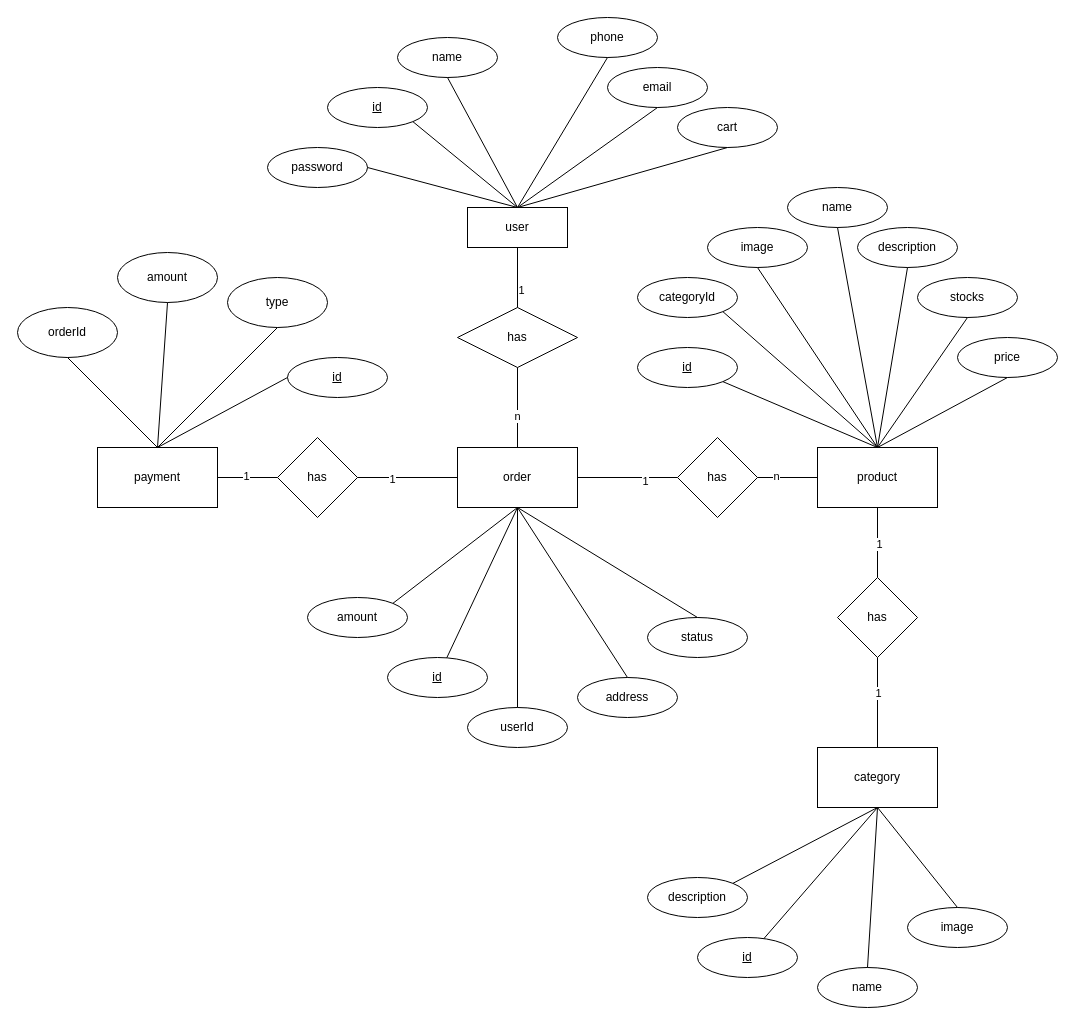
Before: Untitled Diagram.drawio in sab1in/css_BEM, a draw.io diagram. Source tidied: cells renumbered, new cells numbered last; positions are measured from the earlier drawing's top-left corner, leaving out a move shared by most shapes. Both pictures are drawn from the tidied source at 100%, with x=0, y=0 at pixel (17, 17).
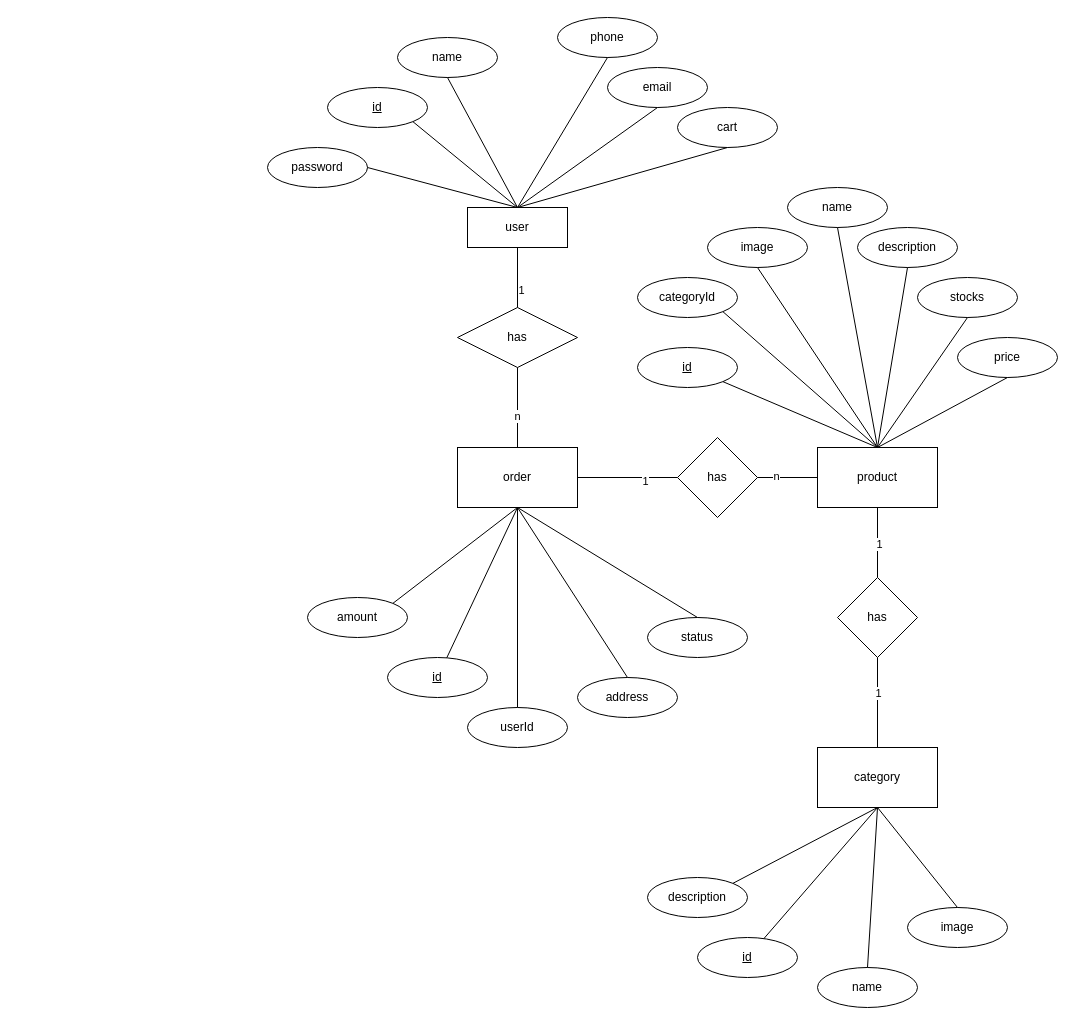
The same page after the edit.

The change refers to these unchanged cells:
```xml
<mxCell id="16" value="order" style="whiteSpace=wrap;html=1;" parent="1" vertex="1">
  <mxGeometry x="440" y="430" width="120" height="60" as="geometry" />
</mxCell>
```

Change to the diagram source:
```diff
@@
-    <mxCell id="17" value="has" style="rhombus;whiteSpace=wrap;html=1;" parent="1" vertex="1">
-      <mxGeometry x="260" y="420" width="80" height="80" as="geometry" />
-    </mxCell>
-    <mxCell id="18" value="payment" style="whiteSpace=wrap;html=1;" parent="1" vertex="1">
-      <mxGeometry x="80" y="430" width="120" height="60" as="geometry" />
-    </mxCell>
@@
-    <mxCell id="37" value="id" style="ellipse;whiteSpace=wrap;html=1;align=center;fontStyle=4;" parent="1" vertex="1">
-      <mxGeometry x="270" y="340" width="100" height="40" as="geometry" />
-    </mxCell>
-    <mxCell id="38" value="orderId" style="ellipse;whiteSpace=wrap;html=1;align=center;" parent="1" vertex="1">
-      <mxGeometry y="290" width="100" height="50" as="geometry" />
-    </mxCell>
-    <mxCell id="39" style="endArrow=none;html=1;rounded=0;exitX=0.5;exitY=1;exitDx=0;exitDy=0;entryX=0.5;entryY=0;entryDx=0;entryDy=0;" parent="1" edge="1" source="38" target="18">
-      <mxGeometry relative="1" as="geometry" />
-    </mxCell>
-    <mxCell id="40" value="amount" style="ellipse;whiteSpace=wrap;html=1;align=center;" parent="1" vertex="1">
-      <mxGeometry x="100" y="235" width="100" height="50" as="geometry" />
-    </mxCell>
-    <mxCell id="41" style="endArrow=none;html=1;rounded=0;exitX=0.5;exitY=1;exitDx=0;exitDy=0;entryX=0.5;entryY=0;entryDx=0;entryDy=0;" parent="1" edge="1" source="40" target="18">
-      <mxGeometry relative="1" as="geometry" />
-    </mxCell>
-    <mxCell id="42" value="type" style="ellipse;whiteSpace=wrap;html=1;align=center;" parent="1" vertex="1">
-      <mxGeometry x="210" y="260" width="100" height="50" as="geometry" />
-    </mxCell>
-    <mxCell id="43" style="endArrow=none;html=1;rounded=0;exitX=0.5;exitY=1;exitDx=0;exitDy=0;entryX=0.5;entryY=0;entryDx=0;entryDy=0;" parent="1" edge="1" source="42" target="18">
-      <mxGeometry relative="1" as="geometry" />
-    </mxCell>
@@
-    <mxCell id="62" style="endArrow=none;html=1;rounded=0;exitX=0;exitY=0.5;exitDx=0;exitDy=0;" parent="1" edge="1" source="37">
-      <mxGeometry relative="1" as="geometry">
-        <mxPoint x="140" y="430" as="targetPoint" />
-      </mxGeometry>
-    </mxCell>
-    <mxCell id="63" style="endArrow=none;html=1;rounded=0;entryX=0;entryY=0.5;entryDx=0;entryDy=0;exitX=1;exitY=0.5;exitDx=0;exitDy=0;" parent="1" edge="1" source="18" target="17">
-      <mxGeometry relative="1" as="geometry" />
-    </mxCell>
-    <mxCell id="64" value="1" style="edgeLabel;html=1;align=center;verticalAlign=middle;" parent="63" vertex="1">
-      <mxGeometry x="-0.08" y="2" relative="1" as="geometry" />
-    </mxCell>
-    <mxCell id="65" style="endArrow=none;html=1;rounded=0;exitX=1;exitY=0.5;exitDx=0;exitDy=0;entryX=0;entryY=0.5;entryDx=0;entryDy=0;" parent="1" edge="1" source="17" target="16">
-      <mxGeometry relative="1" as="geometry" />
-    </mxCell>
-    <mxCell id="66" value="1" style="edgeLabel;html=1;align=center;verticalAlign=middle;" parent="65" vertex="1">
-      <mxGeometry x="-0.33" y="-1" relative="1" as="geometry" />
-    </mxCell>
```
